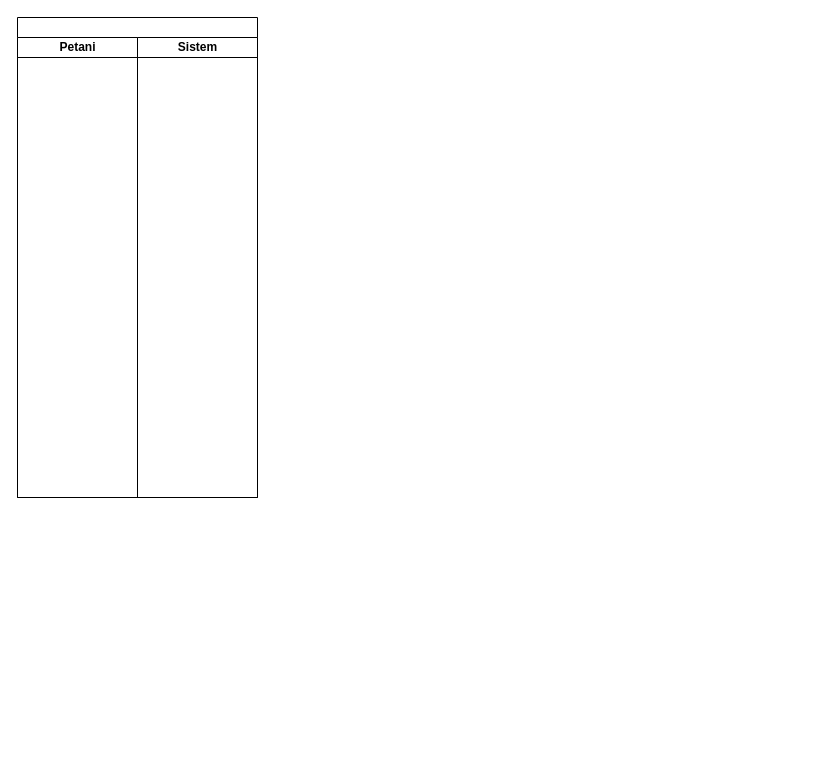
Before: Activity diagram data garapan.drawio in zzarr/Project3-design-diagram, a draw.io diagram. Source tidied: cells renumbered, new cells numbered last; positions are measured from the earlier drawing's top-left corner, leaving out a move shared by most shapes. Both pictures are drawn from the tidied source at 100%, with x=0, y=0 at pixel (17, 17).
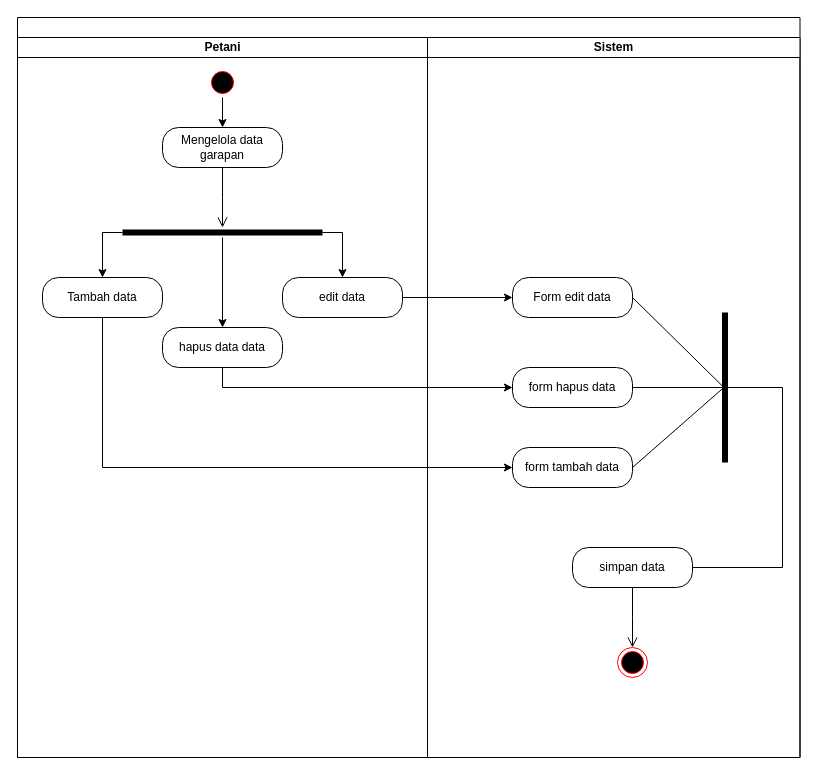
The same diagram, later.

Change to the diagram source:
```diff
@@
     <mxCell id="2" style="swimlane;startSize=20;html=1;" parent="1" vertex="1">
-      <mxGeometry width="240" height="480" as="geometry" />
+      <mxGeometry width="782.5" height="740" as="geometry" />
     </mxCell>
-    <mxCell id="3" value="Petani" style="swimlane;startSize=20;html=1;" parent="2" vertex="1">
-      <mxGeometry y="20" width="120" height="460" as="geometry" />
+    <mxCell id="3" value="Petani" style="swimlane;startSize=20;html=1;strokeColor=#000000;" parent="2" vertex="1">
+      <mxGeometry y="20" width="410" height="720" as="geometry" />
     </mxCell>
+    <mxCell id="5" style="edgeStyle=orthogonalEdgeStyle;rounded=0;jettySize=auto;html=1;exitX=0.5;exitY=1;exitDx=0;exitDy=0;" parent="3" edge="1" source="6" target="7">
+      <mxGeometry relative="1" as="geometry" />
+    </mxCell>
+    <mxCell id="6" style="ellipse;html=1;shape=startState;fillColor=#000000;strokeColor=#ff0000;" parent="3" vertex="1">
+      <mxGeometry x="190" y="30" width="30" height="30" as="geometry" />
+    </mxCell>
+    <mxCell id="7" value="Mengelola data garapan" style="rounded=1;whiteSpace=wrap;html=1;arcSize=40;" parent="3" vertex="1">
+      <mxGeometry x="145" y="90" width="120" height="40" as="geometry" />
+    </mxCell>
+    <mxCell id="8" style="edgeStyle=orthogonalEdgeStyle;html=1;verticalAlign=bottom;endArrow=open;endSize=8;strokeColor=#000000;rounded=0;" parent="3" edge="1" source="7">
+      <mxGeometry relative="1" as="geometry">
+        <mxPoint x="205" y="190" as="targetPoint" />
+      </mxGeometry>
+    </mxCell>
+    <mxCell id="9" style="edgeStyle=orthogonalEdgeStyle;rounded=0;jettySize=auto;html=1;exitX=0;exitY=0.5;exitDx=0;exitDy=0;exitPerimeter=0;entryX=0.5;entryY=0;entryDx=0;entryDy=0;" parent="3" edge="1" source="12" target="13">
+      <mxGeometry relative="1" as="geometry" />
+    </mxCell>
+    <mxCell id="10" style="edgeStyle=orthogonalEdgeStyle;rounded=0;jettySize=auto;html=1;exitX=1;exitY=0.5;exitDx=0;exitDy=0;exitPerimeter=0;entryX=0.5;entryY=0;entryDx=0;entryDy=0;" parent="3" edge="1" source="12" target="15">
+      <mxGeometry relative="1" as="geometry" />
+    </mxCell>
+    <mxCell id="11" style="edgeStyle=orthogonalEdgeStyle;rounded=0;jettySize=auto;html=1;entryX=0.5;entryY=0;entryDx=0;entryDy=0;" parent="3" edge="1" source="12" target="14">
+      <mxGeometry relative="1" as="geometry" />
+    </mxCell>
+    <mxCell id="12" style="shape=line;html=1;strokeWidth=6;strokeColor=#000000;" parent="3" vertex="1">
+      <mxGeometry x="105" y="190" width="200" height="10" as="geometry" />
+    </mxCell>
+    <mxCell id="13" value="Tambah data" style="rounded=1;whiteSpace=wrap;html=1;arcSize=40;" parent="3" vertex="1">
+      <mxGeometry x="25" y="240" width="120" height="40" as="geometry" />
+    </mxCell>
+    <mxCell id="14" value="hapus data data" style="rounded=1;whiteSpace=wrap;html=1;arcSize=40;" parent="3" vertex="1">
+      <mxGeometry x="145" y="290" width="120" height="40" as="geometry" />
+    </mxCell>
+    <mxCell id="15" value="edit data" style="rounded=1;whiteSpace=wrap;html=1;arcSize=40;" parent="3" vertex="1">
+      <mxGeometry x="265" y="240" width="120" height="40" as="geometry" />
+    </mxCell>
+    <mxCell id="16" style="edgeStyle=orthogonalEdgeStyle;rounded=0;jettySize=auto;html=1;exitX=1;exitY=0.5;exitDx=0;exitDy=0;entryX=0;entryY=0.5;entryDx=0;entryDy=0;" parent="2" edge="1" source="15" target="20">
+      <mxGeometry relative="1" as="geometry" />
+    </mxCell>
+    <mxCell id="17" style="edgeStyle=orthogonalEdgeStyle;rounded=0;jettySize=auto;html=1;exitX=0.5;exitY=1;exitDx=0;exitDy=0;entryX=0;entryY=0.5;entryDx=0;entryDy=0;" parent="2" edge="1" source="14" target="21">
+      <mxGeometry relative="1" as="geometry" />
+    </mxCell>
+    <mxCell id="18" style="edgeStyle=orthogonalEdgeStyle;rounded=0;jettySize=auto;html=1;exitX=0.5;exitY=1;exitDx=0;exitDy=0;entryX=0;entryY=0.5;entryDx=0;entryDy=0;" parent="2" edge="1" source="13" target="22">
+      <mxGeometry relative="1" as="geometry" />
+    </mxCell>
     <mxCell id="4" value="Sistem" style="swimlane;startSize=20;html=1;" parent="2" vertex="1">
-      <mxGeometry x="120" y="20" width="120" height="460" as="geometry" />
+      <mxGeometry x="410" y="20" width="372.5" height="720" as="geometry" />
     </mxCell>
+    <mxCell id="19" style="shape=line;html=1;strokeWidth=6;strokeColor=#000000;rotation=-90;" parent="4" vertex="1">
+      <mxGeometry x="222.5" y="342.5" width="150" height="15" as="geometry" />
+    </mxCell>
+    <mxCell id="20" value="Form edit data" style="rounded=1;whiteSpace=wrap;html=1;arcSize=40;" parent="4" vertex="1">
+      <mxGeometry x="85" y="240" width="120" height="40" as="geometry" />
+    </mxCell>
+    <mxCell id="21" value="form hapus data" style="rounded=1;whiteSpace=wrap;html=1;arcSize=40;" parent="4" vertex="1">
+      <mxGeometry x="85" y="330" width="120" height="40" as="geometry" />
+    </mxCell>
+    <mxCell id="22" value="form tambah data" style="rounded=1;whiteSpace=wrap;html=1;arcSize=40;" parent="4" vertex="1">
+      <mxGeometry x="85" y="410" width="120" height="40" as="geometry" />
+    </mxCell>
+    <mxCell id="23" style="rounded=0;jettySize=auto;html=1;exitX=1;exitY=0.5;exitDx=0;exitDy=0;entryX=0.493;entryY=0.5;entryDx=0;entryDy=0;entryPerimeter=0;endArrow=none;endFill=0;" parent="4" edge="1" source="20" target="19">
+      <mxGeometry relative="1" as="geometry" />
+    </mxCell>
+    <mxCell id="24" style="edgeStyle=orthogonalEdgeStyle;rounded=0;jettySize=auto;html=1;exitX=1;exitY=0.5;exitDx=0;exitDy=0;entryX=0.5;entryY=0.7;entryDx=0;entryDy=0;entryPerimeter=0;endArrow=none;endFill=0;" parent="4" edge="1" source="21" target="19">
+      <mxGeometry relative="1" as="geometry" />
+    </mxCell>
+    <mxCell id="25" style="rounded=0;jettySize=auto;html=1;exitX=1;exitY=0.5;exitDx=0;exitDy=0;entryX=0.507;entryY=0.5;entryDx=0;entryDy=0;entryPerimeter=0;endArrow=none;endFill=0;" parent="4" edge="1" source="22" target="19">
+      <mxGeometry relative="1" as="geometry" />
+    </mxCell>
+    <mxCell id="26" value="simpan data" style="rounded=1;whiteSpace=wrap;html=1;arcSize=40;" parent="4" vertex="1">
+      <mxGeometry x="145" y="510" width="120" height="40" as="geometry" />
+    </mxCell>
+    <mxCell id="27" style="edgeStyle=orthogonalEdgeStyle;html=1;verticalAlign=bottom;endArrow=open;endSize=8;strokeColor=#000000;rounded=0;" parent="4" edge="1" source="26">
+      <mxGeometry relative="1" as="geometry">
+        <mxPoint x="205" y="610" as="targetPoint" />
+      </mxGeometry>
+    </mxCell>
+    <mxCell id="28" style="ellipse;html=1;shape=endState;fillColor=#000000;strokeColor=#ff0000;" parent="4" vertex="1">
+      <mxGeometry x="190" y="610" width="30" height="30" as="geometry" />
+    </mxCell>
+    <mxCell id="29" style="edgeStyle=elbowEdgeStyle;rounded=0;jettySize=auto;html=1;exitX=1;exitY=0.5;exitDx=0;exitDy=0;entryX=0.5;entryY=0.467;entryDx=0;entryDy=0;entryPerimeter=0;endArrow=none;endFill=0;" parent="4" edge="1" source="26" target="19">
+      <mxGeometry relative="1" as="geometry">
+        <Array as="points">
+          <mxPoint x="355" y="440" />
+        </Array>
+      </mxGeometry>
+    </mxCell>
```
